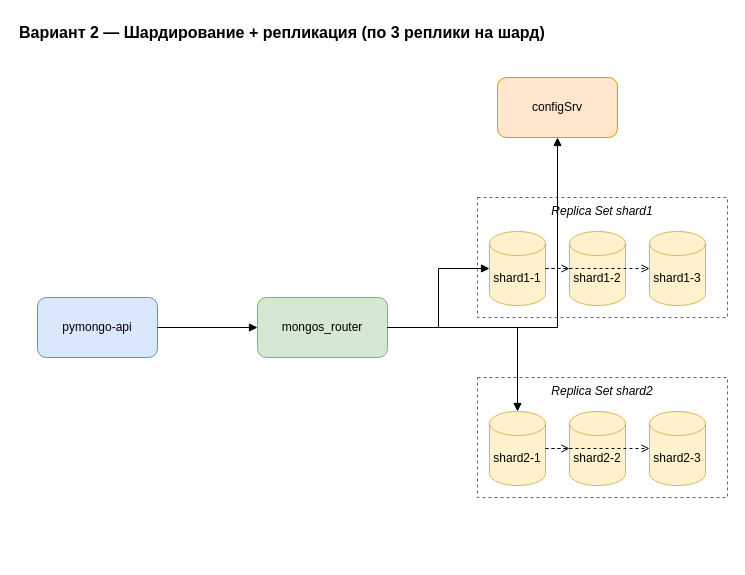
The draw.io diagram page "2. Репликация" (2 of 5) of architecture.drawio in AnastasiaKon/architecture-black_friday, before the edit. Source tidied: cells renumbered, new cells numbered last; positions are measured from the earlier drawing's top-left corner, leaving out a move shared by most shapes. Both pictures are drawn from the tidied source at 100%, with x=0, y=0 at pixel (17, 17).
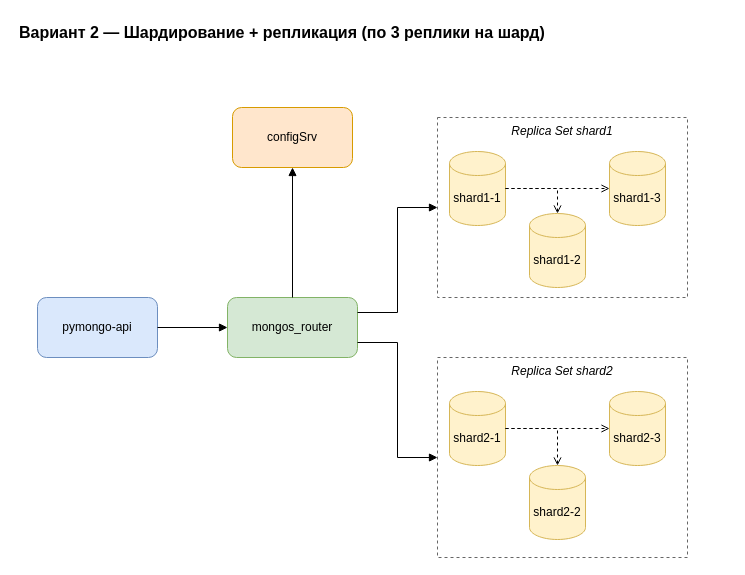
The same diagram, later.

Unchanged cells that the change refers to:
```xml
<mxCell id="3" value="pymongo-api" style="rounded=1;whiteSpace=wrap;html=1;fillColor=#dae8fc;strokeColor=#6c8ebf;" parent="1" vertex="1">
  <mxGeometry x="20" y="280" width="120" height="60" as="geometry" />
</mxCell>
```

The edit, as a diff of the source:
```diff
@@
     <mxCell id="4" value="mongos_router" style="rounded=1;whiteSpace=wrap;html=1;fillColor=#d5e8d4;strokeColor=#82b366;" parent="1" vertex="1">
-      <mxGeometry x="240" y="280" width="130" height="60" as="geometry" />
+      <mxGeometry x="210" y="280" width="130" height="60" as="geometry" />
     </mxCell>
     <mxCell id="5" value="configSrv" style="rounded=1;whiteSpace=wrap;html=1;fillColor=#ffe6cc;strokeColor=#d79b00;" parent="1" vertex="1">
-      <mxGeometry x="480" y="60" width="120" height="60" as="geometry" />
+      <mxGeometry x="215" y="90" width="120" height="60" as="geometry" />
     </mxCell>
     <mxCell id="6" value="Replica Set shard1" style="rounded=0;whiteSpace=wrap;html=1;dashed=1;fillColor=none;strokeColor=#666666;verticalAlign=top;fontStyle=2;" parent="1" vertex="1">
-      <mxGeometry x="460" y="180" width="250" height="120" as="geometry" />
+      <mxGeometry x="420" y="100" width="250" height="180" as="geometry" />
     </mxCell>
     <mxCell id="7" value="shard1-1" style="shape=cylinder3;whiteSpace=wrap;html=1;boundedLbl=1;backgroundOutline=1;size=12;fillColor=#fff2cc;strokeColor=#d6b656;" parent="1" vertex="1">
-      <mxGeometry x="472" y="214" width="56" height="74" as="geometry" />
+      <mxGeometry x="432" y="134" width="56" height="74" as="geometry" />
     </mxCell>
     <mxCell id="8" value="shard1-2" style="shape=cylinder3;whiteSpace=wrap;html=1;boundedLbl=1;backgroundOutline=1;size=12;fillColor=#fff2cc;strokeColor=#d6b656;" parent="1" vertex="1">
-      <mxGeometry x="552" y="214" width="56" height="74" as="geometry" />
+      <mxGeometry x="512" y="196" width="56" height="74" as="geometry" />
     </mxCell>
     <mxCell id="9" value="shard1-3" style="shape=cylinder3;whiteSpace=wrap;html=1;boundedLbl=1;backgroundOutline=1;size=12;fillColor=#fff2cc;strokeColor=#d6b656;" parent="1" vertex="1">
-      <mxGeometry x="632" y="214" width="56" height="74" as="geometry" />
+      <mxGeometry x="592" y="134" width="56" height="74" as="geometry" />
     </mxCell>
-    <mxCell id="10" style="edgeStyle=orthogonalEdgeStyle;rounded=0;html=1;endArrow=open;dashed=1;" parent="1" edge="1" source="7" target="8">
+    <mxCell id="10" style="edgeStyle=orthogonalEdgeStyle;rounded=0;html=1;endArrow=open;dashed=1;entryX=0.5;entryY=0;entryDx=0;entryDy=0;entryPerimeter=0;" parent="1" edge="1" source="7" target="8">
       <mxGeometry relative="1" as="geometry" />
     </mxCell>
@@
     <mxCell id="12" value="Replica Set shard2" style="rounded=0;whiteSpace=wrap;html=1;dashed=1;fillColor=none;strokeColor=#666666;verticalAlign=top;fontStyle=2;" parent="1" vertex="1">
-      <mxGeometry x="460" y="360" width="250" height="120" as="geometry" />
+      <mxGeometry x="420" y="340" width="250" height="200" as="geometry" />
     </mxCell>
     <mxCell id="13" value="shard2-1" style="shape=cylinder3;whiteSpace=wrap;html=1;boundedLbl=1;backgroundOutline=1;size=12;fillColor=#fff2cc;strokeColor=#d6b656;" parent="1" vertex="1">
-      <mxGeometry x="472" y="394" width="56" height="74" as="geometry" />
+      <mxGeometry x="432" y="374" width="56" height="74" as="geometry" />
     </mxCell>
     <mxCell id="14" value="shard2-2" style="shape=cylinder3;whiteSpace=wrap;html=1;boundedLbl=1;backgroundOutline=1;size=12;fillColor=#fff2cc;strokeColor=#d6b656;" parent="1" vertex="1">
-      <mxGeometry x="552" y="394" width="56" height="74" as="geometry" />
+      <mxGeometry x="512" y="448" width="56" height="74" as="geometry" />
     </mxCell>
     <mxCell id="15" value="shard2-3" style="shape=cylinder3;whiteSpace=wrap;html=1;boundedLbl=1;backgroundOutline=1;size=12;fillColor=#fff2cc;strokeColor=#d6b656;" parent="1" vertex="1">
-      <mxGeometry x="632" y="394" width="56" height="74" as="geometry" />
+      <mxGeometry x="592" y="374" width="56" height="74" as="geometry" />
     </mxCell>
-    <mxCell id="16" style="edgeStyle=orthogonalEdgeStyle;rounded=0;html=1;endArrow=open;dashed=1;" parent="1" edge="1" source="13" target="14">
+    <mxCell id="16" style="edgeStyle=orthogonalEdgeStyle;rounded=0;html=1;endArrow=open;dashed=1;entryX=0.5;entryY=0;entryDx=0;entryDy=0;entryPerimeter=0;" parent="1" edge="1" source="13" target="14">
       <mxGeometry relative="1" as="geometry" />
     </mxCell>
@@
-    <mxCell id="18" style="edgeStyle=orthogonalEdgeStyle;rounded=0;html=1;endArrow=block;" parent="1" edge="1" source="3" target="4">
+    <mxCell id="18" style="edgeStyle=orthogonalEdgeStyle;rounded=0;html=1;endArrow=block;entryX=0;entryY=0.5;entryDx=0;entryDy=0;" parent="1" edge="1" source="3" target="4">
       <mxGeometry relative="1" as="geometry" />
     </mxCell>
-    <mxCell id="19" style="edgeStyle=orthogonalEdgeStyle;rounded=0;html=1;endArrow=block;" parent="1" edge="1" source="4" target="5">
+    <mxCell id="19" style="edgeStyle=orthogonalEdgeStyle;rounded=0;html=1;endArrow=block;exitX=0.5;exitY=0;exitDx=0;exitDy=0;" parent="1" edge="1" source="4" target="5">
       <mxGeometry relative="1" as="geometry" />
     </mxCell>
-    <mxCell id="20" style="edgeStyle=orthogonalEdgeStyle;rounded=0;html=1;endArrow=block;" parent="1" edge="1" source="4" target="7">
+    <mxCell id="20" style="edgeStyle=orthogonalEdgeStyle;rounded=0;html=1;endArrow=block;entryX=0;entryY=0.5;entryDx=0;entryDy=0;exitX=1;exitY=0.25;exitDx=0;exitDy=0;" parent="1" edge="1" source="4" target="6">
       <mxGeometry relative="1" as="geometry" />
     </mxCell>
-    <mxCell id="21" style="edgeStyle=orthogonalEdgeStyle;rounded=0;html=1;endArrow=block;" parent="1" edge="1" source="4" target="13">
+    <mxCell id="21" style="edgeStyle=orthogonalEdgeStyle;rounded=0;html=1;endArrow=block;exitX=1;exitY=0.75;exitDx=0;exitDy=0;entryX=0;entryY=0.5;entryDx=0;entryDy=0;" parent="1" edge="1" source="4" target="12">
       <mxGeometry relative="1" as="geometry" />
     </mxCell>
```
